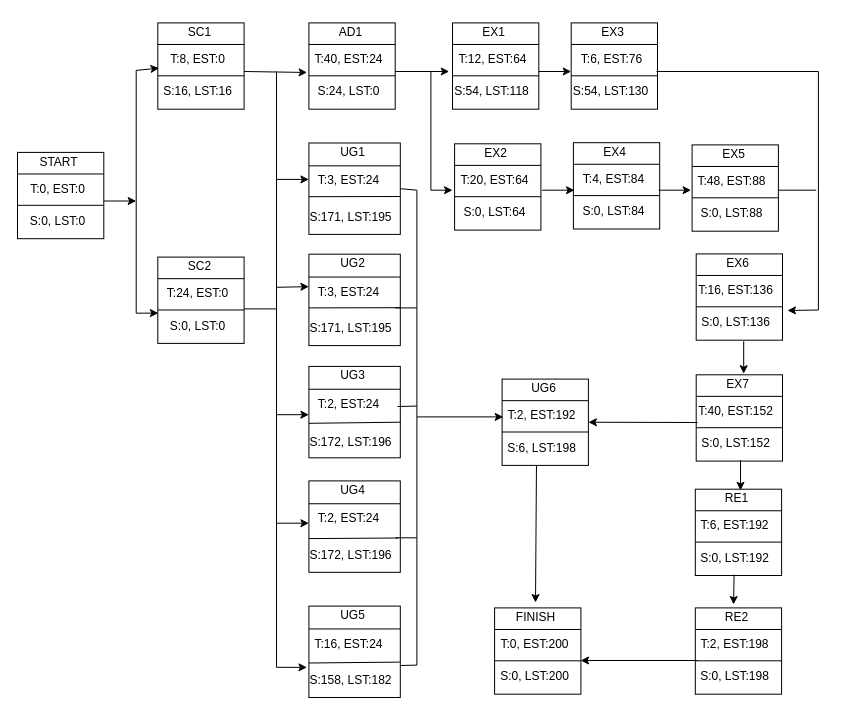
This is CPM.drawio from jonamadk/DrawIO, a draw.io file, before an edit. Source tidied: cells renumbered, new cells numbered last; positions are measured from the earlier drawing's top-left corner, leaving out a move shared by most shapes. Both pictures are drawn from the tidied source at 100%, with x=0, y=0 at pixel (17, 17).
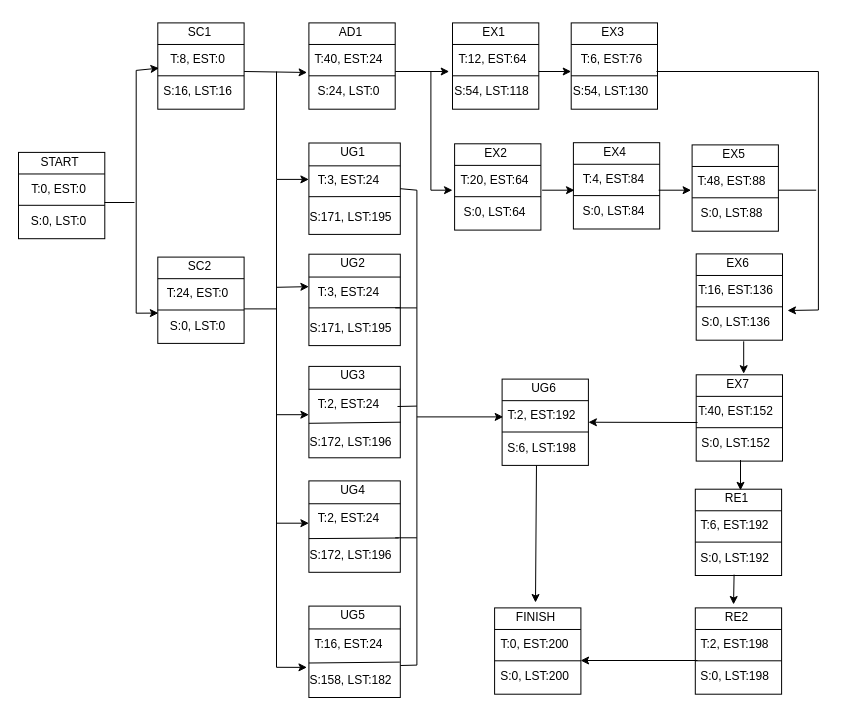
Above is the later version.

Unchanged cells that the change refers to:
```xml
<mxCell id="2" style="group;" parent="1" vertex="1">
  <mxGeometry width="772.8" height="680" as="geometry" />
</mxCell>
```

What changed in the source:
```diff
@@
     <mxCell id="3" style="group;" parent="2" vertex="1">
-      <mxGeometry y="129.5" width="86.3" height="91.7" as="geometry" />
+      <mxGeometry x="1" y="129.5" width="86.3" height="91.7" as="geometry" />
     </mxCell>
@@
-    <mxCell id="169" style="endArrow=classic;html=1;rounded=0;entryX=0;entryY=0.318;entryDx=0;entryDy=0;entryPerimeter=0;fillColor=#00FF00;" parent="2" edge="1">
-      <mxGeometry relative="1" as="geometry">
-        <mxPoint x="86.3" y="183.5" as="sourcePoint" />
-        <mxPoint x="118.7" y="183.5" as="targetPoint" />
-      </mxGeometry>
-    </mxCell>
@@
+    <mxCell id="172" style="endArrow=none;html=1;rounded=0;" parent="2" edge="1">
+      <mxGeometry relative="1" as="geometry">
+        <mxPoint x="87" y="185" as="sourcePoint" />
+        <mxPoint x="117" y="185" as="targetPoint" />
+      </mxGeometry>
+    </mxCell>
```
